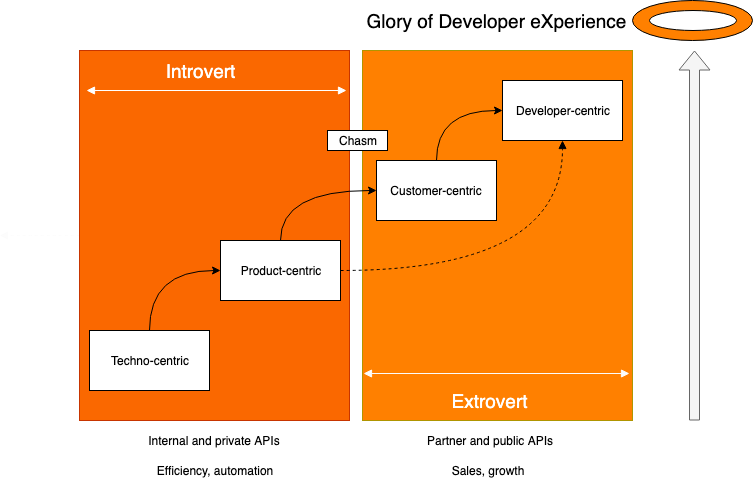
derivativeresearchsystems/100daysofDX keeps this draw.io diagram as assets/img/day67/stages.png. Above is the earlier version. Source tidied: cells renumbered, new cells last; positions are measured from the earlier drawing's top-left corner, leaving out a move shared by most shapes.
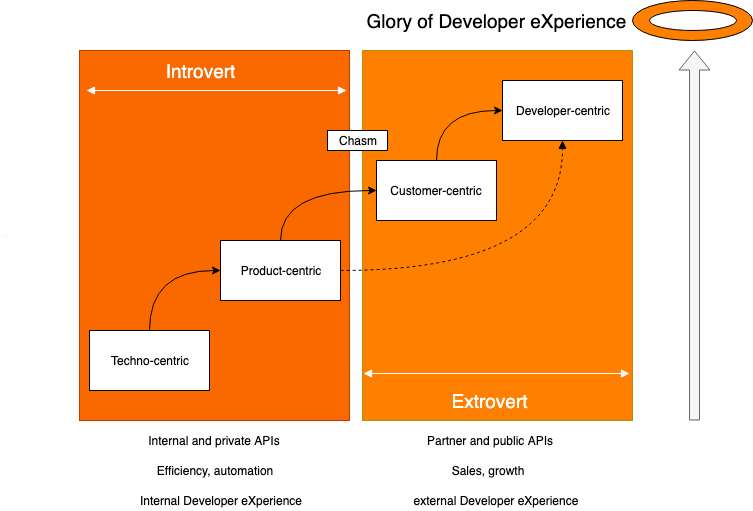
The same diagram one commit later.

Change to the diagram source:
```diff
@@ -85,5 +85,11 @@
     <mxCell id="25" value="Sales, growth" style="text;html=1;strokeColor=none;fillColor=none;align=center;verticalAlign=middle;whiteSpace=wrap;rounded=0;" parent="1" vertex="1">
       <mxGeometry x="413" y="460" width="150" height="20" as="geometry" />
     </mxCell>
+    <mxCell id="26" value="Internal Developer eXperience" style="text;html=1;strokeColor=none;fillColor=none;align=center;verticalAlign=middle;whiteSpace=wrap;rounded=0;" parent="1" vertex="1">
+      <mxGeometry x="126" y="490" width="190" height="20" as="geometry" />
+    </mxCell>
+    <mxCell id="27" value="external Developer eXperience" style="text;html=1;strokeColor=none;fillColor=none;align=center;verticalAlign=middle;whiteSpace=wrap;rounded=0;" parent="1" vertex="1">
+      <mxGeometry x="401" y="490" width="190" height="20" as="geometry" />
+    </mxCell>
   </root>
 </mxGraphModel>
```
